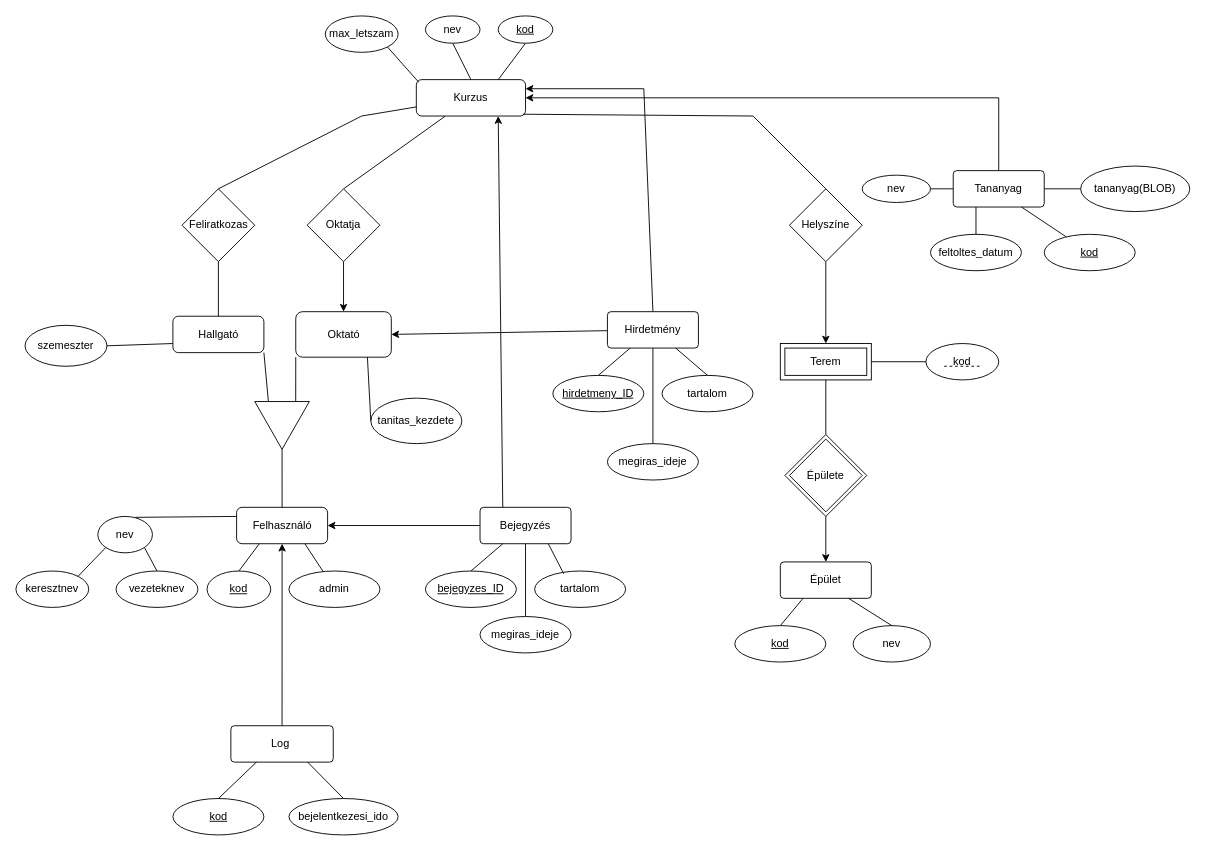
Before: docs/ETK/ETK diagram.drawio in HajagosNorbert/SZTE-adatb-alapu-rendszerek, a draw.io diagram. Source tidied: cells renumbered, new cells numbered last; positions are measured from the earlier drawing's top-left corner, leaving out a move shared by most shapes. Both pictures are drawn from the tidied source at 91%, with x=0, y=0 at pixel (15, 15).
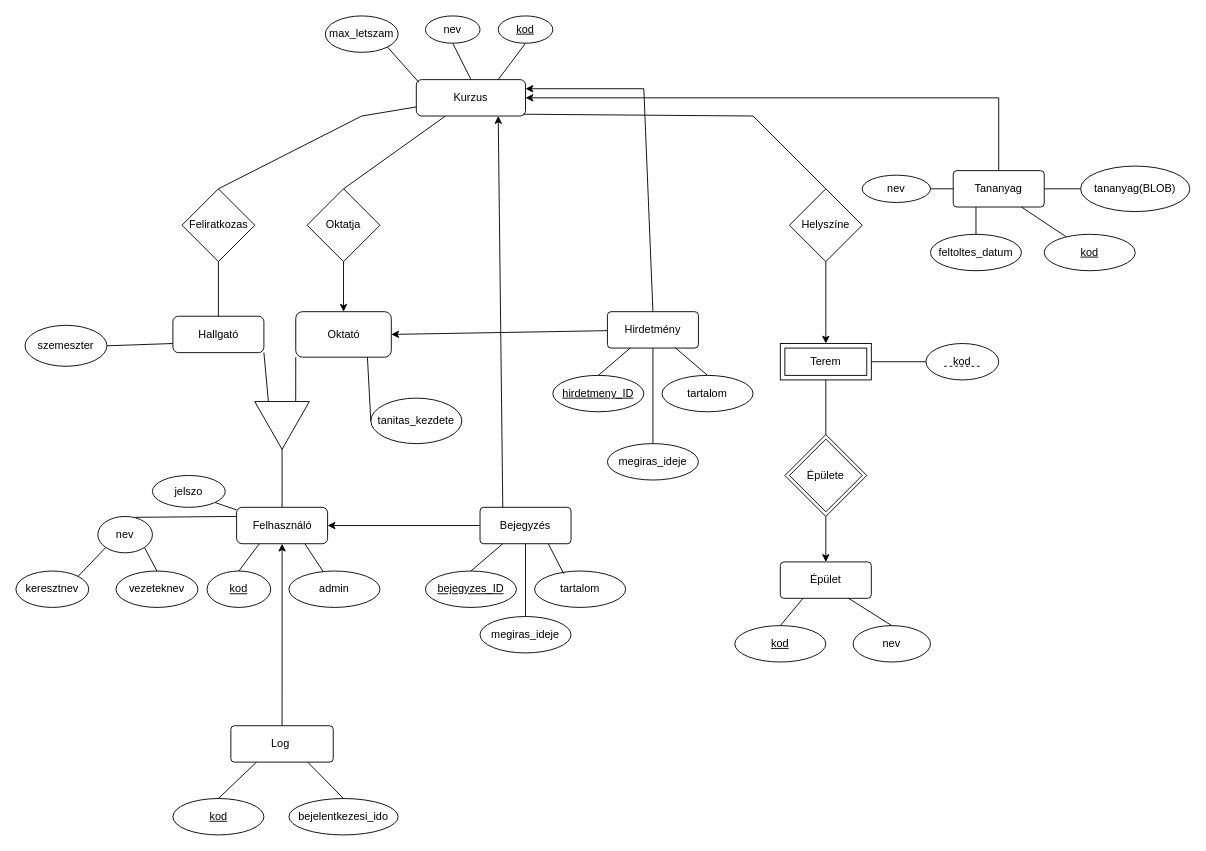
After the change.

Commit message:
adtam jelszot a felhasznalohoz

Unchanged cells that the change refers to:
```xml
<mxCell id="26" value="Felhasználó" style="rounded=1;whiteSpace=wrap;html=1;" parent="1" vertex="1">
  <mxGeometry x="242.5" y="540" width="100" height="40" as="geometry" />
</mxCell>
```

The edit, as a diff of the source:
```diff
@@
+    <mxCell id="92" style="edgeStyle=none;html=1;endArrow=none;endFill=0;exitX=1;exitY=1;exitDx=0;exitDy=0;" parent="1" edge="1" source="93" target="26">
+      <mxGeometry relative="1" as="geometry" />
+    </mxCell>
+    <mxCell id="93" value="jelszo" style="ellipse;whiteSpace=wrap;html=1;align=center;" parent="1" vertex="1">
+      <mxGeometry x="150" y="505" width="80" height="35" as="geometry" />
+    </mxCell>
```
